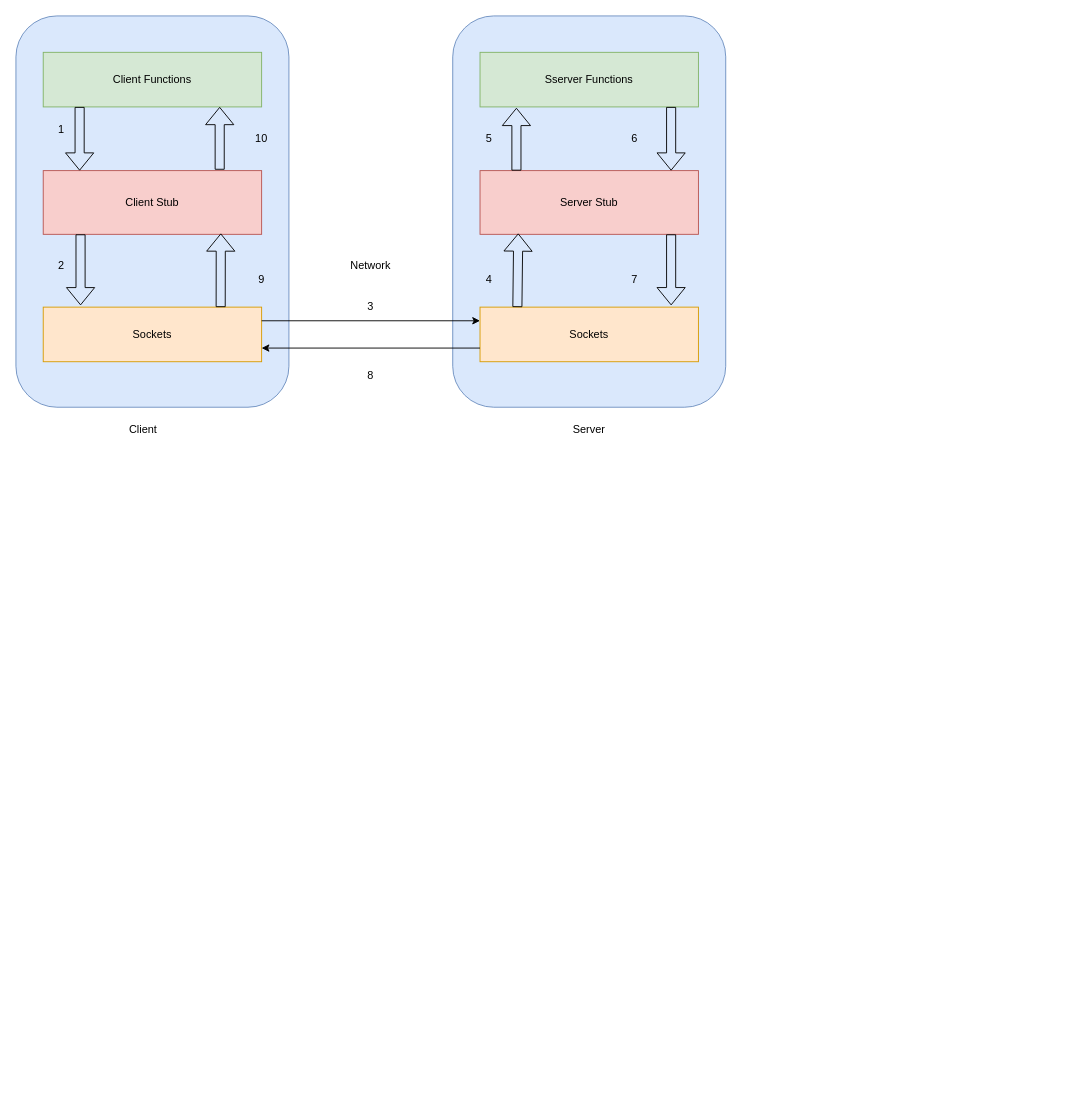
This is RPC.drawio from Poison02/picture-bed, a draw.io file, before an edit. Source tidied: cells renumbered, new cells numbered last; positions are measured from the earlier drawing's top-left corner, leaving out a move shared by most shapes. Both pictures are drawn from the tidied source at 91%, with x=0, y=0 at pixel (15, 15).
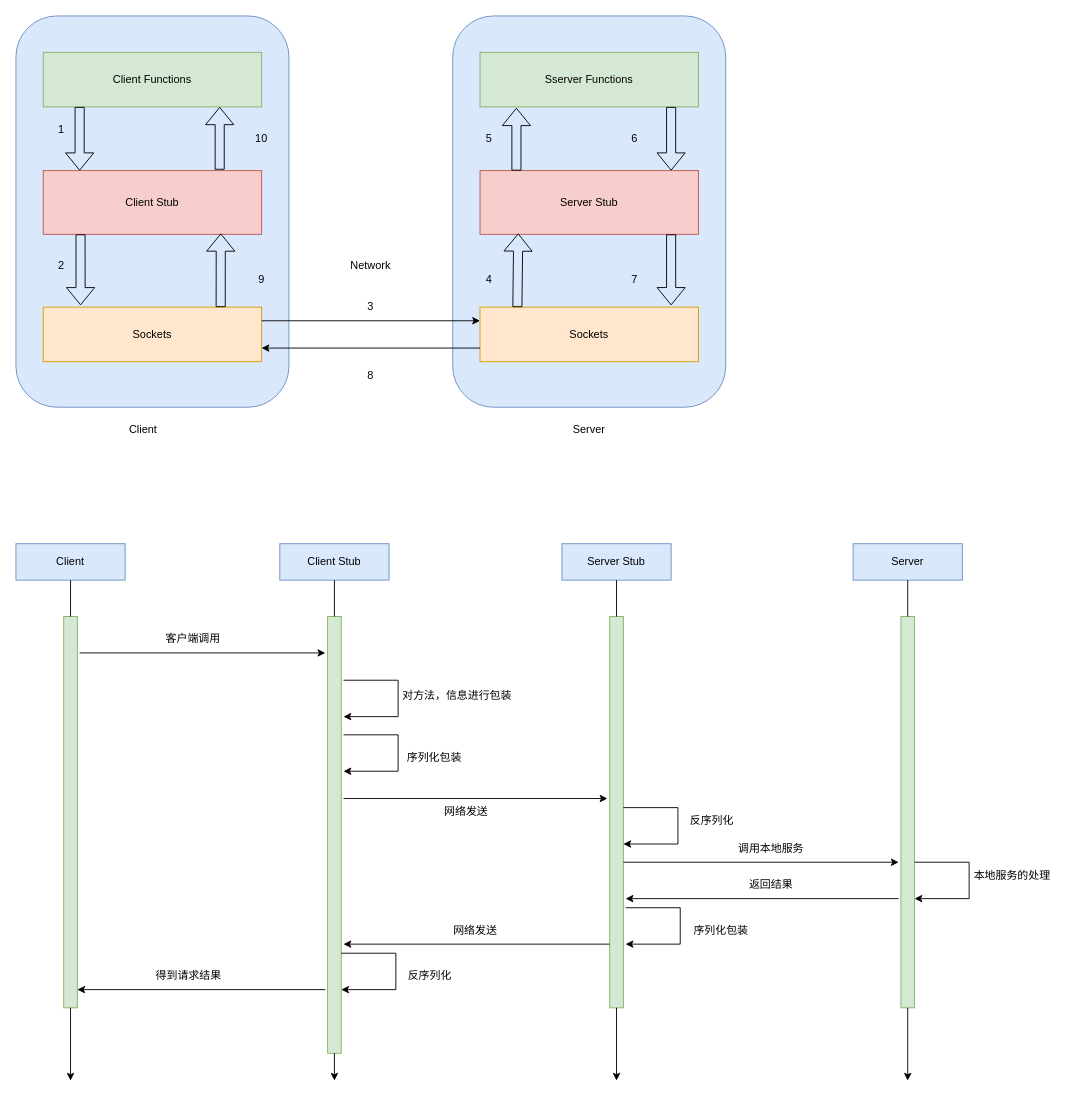
The same diagram, later.

The edit, as a diff of the source:
```diff
@@
+    <mxCell id="39" style="rounded=0;whiteSpace=wrap;html=1;fillColor=#dae8fc;strokeColor=#6c8ebf;" parent="1" vertex="1">
+      <mxGeometry y="580" width="120" height="40" as="geometry" />
+    </mxCell>
+    <mxCell id="40" value="Client" style="text;html=1;strokeColor=none;fillColor=none;align=center;verticalAlign=middle;whiteSpace=wrap;rounded=0;" parent="1" vertex="1">
+      <mxGeometry x="30" y="585" width="60" height="30" as="geometry" />
+    </mxCell>
+    <mxCell id="41" style="rounded=0;whiteSpace=wrap;html=1;fillColor=#dae8fc;strokeColor=#6c8ebf;" parent="1" vertex="1">
+      <mxGeometry x="290" y="580" width="120" height="40" as="geometry" />
+    </mxCell>
+    <mxCell id="42" value="Client Stub" style="text;html=1;strokeColor=none;fillColor=none;align=center;verticalAlign=middle;whiteSpace=wrap;rounded=0;" parent="1" vertex="1">
+      <mxGeometry x="315" y="587.5" width="70" height="25" as="geometry" />
+    </mxCell>
+    <mxCell id="43" style="rounded=0;whiteSpace=wrap;html=1;fillColor=#dae8fc;strokeColor=#6c8ebf;" parent="1" vertex="1">
+      <mxGeometry x="600" y="580" width="120" height="40" as="geometry" />
+    </mxCell>
+    <mxCell id="44" value="Server Stub" style="text;html=1;strokeColor=none;fillColor=none;align=center;verticalAlign=middle;whiteSpace=wrap;rounded=0;" parent="1" vertex="1">
+      <mxGeometry x="625" y="587.5" width="70" height="25" as="geometry" />
+    </mxCell>
+    <mxCell id="45" style="rounded=0;whiteSpace=wrap;html=1;fillColor=#dae8fc;strokeColor=#6c8ebf;" parent="1" vertex="1">
+      <mxGeometry x="920" y="580" width="120" height="40" as="geometry" />
+    </mxCell>
+    <mxCell id="46" value="Server" style="text;html=1;strokeColor=none;fillColor=none;align=center;verticalAlign=middle;whiteSpace=wrap;rounded=0;" parent="1" vertex="1">
+      <mxGeometry x="950" y="585" width="60" height="30" as="geometry" />
+    </mxCell>
+    <mxCell id="47" style="html=1;points=[[0,0,0,0,5],[0,1,0,0,-5],[1,0,0,0,5],[1,1,0,0,-5]];perimeter=orthogonalPerimeter;outlineConnect=0;targetShapes=umlLifeline;portConstraint=eastwest;newEdgeStyle={&quot;curved&quot;:0,&quot;rounded&quot;:0};fillColor=#d5e8d4;strokeColor=#82b366;" parent="1" vertex="1">
+      <mxGeometry x="52.5" y="660" width="15" height="430" as="geometry" />
+    </mxCell>
+    <mxCell id="48" style="html=1;points=[[0,0,0,0,5],[0,1,0,0,-5],[1,0,0,0,5],[1,1,0,0,-5]];perimeter=orthogonalPerimeter;outlineConnect=0;targetShapes=umlLifeline;portConstraint=eastwest;newEdgeStyle={&quot;curved&quot;:0,&quot;rounded&quot;:0};fillColor=#d5e8d4;strokeColor=#82b366;" parent="1" vertex="1">
+      <mxGeometry x="342.5" y="660" width="15" height="480" as="geometry" />
+    </mxCell>
+    <mxCell id="49" style="html=1;points=[[0,0,0,0,5],[0,1,0,0,-5],[1,0,0,0,5],[1,1,0,0,-5]];perimeter=orthogonalPerimeter;outlineConnect=0;targetShapes=umlLifeline;portConstraint=eastwest;newEdgeStyle={&quot;curved&quot;:0,&quot;rounded&quot;:0};fillColor=#d5e8d4;strokeColor=#82b366;" parent="1" vertex="1">
+      <mxGeometry x="652.5" y="660" width="15" height="430" as="geometry" />
+    </mxCell>
+    <mxCell id="50" style="html=1;points=[[0,0,0,0,5],[0,1,0,0,-5],[1,0,0,0,5],[1,1,0,0,-5]];perimeter=orthogonalPerimeter;outlineConnect=0;targetShapes=umlLifeline;portConstraint=eastwest;newEdgeStyle={&quot;curved&quot;:0,&quot;rounded&quot;:0};fillColor=#d5e8d4;strokeColor=#82b366;" parent="1" vertex="1">
+      <mxGeometry x="972.5" y="660" width="15" height="430" as="geometry" />
+    </mxCell>
+    <mxCell id="51" style="endArrow=none;html=1;rounded=0;entryX=0.5;entryY=1;entryDx=0;entryDy=0;" parent="1" edge="1" source="47" target="39">
+      <mxGeometry relative="1" as="geometry" />
+    </mxCell>
+    <mxCell id="52" style="endArrow=classic;html=1;rounded=0;" parent="1" edge="1" source="47">
+      <mxGeometry relative="1" as="geometry">
+        <mxPoint x="60" y="1170" as="targetPoint" />
+      </mxGeometry>
+    </mxCell>
+    <mxCell id="53" style="endArrow=none;html=1;rounded=0;entryX=0.5;entryY=1;entryDx=0;entryDy=0;" parent="1" edge="1" source="48" target="41">
+      <mxGeometry relative="1" as="geometry" />
+    </mxCell>
+    <mxCell id="54" style="endArrow=none;html=1;rounded=0;entryX=0.5;entryY=1;entryDx=0;entryDy=0;" parent="1" edge="1" source="49" target="43">
+      <mxGeometry relative="1" as="geometry" />
+    </mxCell>
+    <mxCell id="55" style="endArrow=none;html=1;rounded=0;entryX=0.5;entryY=1;entryDx=0;entryDy=0;" parent="1" edge="1" source="50" target="45">
+      <mxGeometry relative="1" as="geometry" />
+    </mxCell>
+    <mxCell id="56" style="endArrow=classic;html=1;rounded=0;" parent="1" edge="1" source="48">
+      <mxGeometry relative="1" as="geometry">
+        <mxPoint x="350" y="1170" as="targetPoint" />
+      </mxGeometry>
+    </mxCell>
+    <mxCell id="57" style="endArrow=classic;html=1;rounded=0;" parent="1" edge="1" source="49">
+      <mxGeometry relative="1" as="geometry">
+        <mxPoint x="660" y="1170" as="targetPoint" />
+      </mxGeometry>
+    </mxCell>
+    <mxCell id="58" style="endArrow=classic;html=1;rounded=0;" parent="1" edge="1" source="50">
+      <mxGeometry relative="1" as="geometry">
+        <mxPoint x="980" y="1170" as="targetPoint" />
+      </mxGeometry>
+    </mxCell>
+    <mxCell id="59" style="endArrow=classic;html=1;rounded=0;" parent="1" edge="1">
+      <mxGeometry relative="1" as="geometry">
+        <mxPoint x="70" y="700" as="sourcePoint" />
+        <mxPoint x="340" y="700" as="targetPoint" />
+      </mxGeometry>
+    </mxCell>
+    <mxCell id="60" style="endArrow=classic;html=1;rounded=0;" parent="1" edge="1">
+      <mxGeometry relative="1" as="geometry">
+        <mxPoint x="340" y="1070" as="sourcePoint" />
+        <mxPoint x="67.5" y="1070" as="targetPoint" />
+      </mxGeometry>
+    </mxCell>
+    <mxCell id="61" style="endArrow=classic;html=1;rounded=0;" parent="1" edge="1">
+      <mxGeometry relative="1" as="geometry">
+        <mxPoint x="360" y="730" as="sourcePoint" />
+        <mxPoint x="360" y="770" as="targetPoint" />
+        <Array as="points">
+          <mxPoint x="420" y="730" />
+          <mxPoint x="420" y="770" />
+        </Array>
+      </mxGeometry>
+    </mxCell>
+    <mxCell id="62" style="endArrow=classic;html=1;rounded=0;" parent="1" edge="1">
+      <mxGeometry relative="1" as="geometry">
+        <mxPoint x="360" y="790" as="sourcePoint" />
+        <mxPoint x="360" y="830" as="targetPoint" />
+        <Array as="points">
+          <mxPoint x="420" y="790" />
+          <mxPoint x="420" y="830" />
+        </Array>
+      </mxGeometry>
+    </mxCell>
+    <mxCell id="63" style="endArrow=classic;html=1;rounded=0;" parent="1" edge="1">
+      <mxGeometry relative="1" as="geometry">
+        <mxPoint x="360" y="860" as="sourcePoint" />
+        <mxPoint x="650" y="860" as="targetPoint" />
+      </mxGeometry>
+    </mxCell>
+    <mxCell id="64" style="endArrow=classic;html=1;rounded=0;" parent="1" edge="1">
+      <mxGeometry relative="1" as="geometry">
+        <mxPoint x="667.5" y="870" as="sourcePoint" />
+        <mxPoint x="667.5" y="910" as="targetPoint" />
+        <Array as="points">
+          <mxPoint x="727.5" y="870" />
+          <mxPoint x="727.5" y="910" />
+        </Array>
+      </mxGeometry>
+    </mxCell>
+    <mxCell id="65" style="endArrow=classic;html=1;rounded=0;" parent="1" edge="1">
+      <mxGeometry relative="1" as="geometry">
+        <mxPoint x="667.5" y="930" as="sourcePoint" />
+        <mxPoint x="970" y="930" as="targetPoint" />
+      </mxGeometry>
+    </mxCell>
+    <mxCell id="66" style="endArrow=classic;html=1;rounded=0;" parent="1" edge="1">
+      <mxGeometry relative="1" as="geometry">
+        <mxPoint x="987.5" y="930" as="sourcePoint" />
+        <mxPoint x="987.5" y="970" as="targetPoint" />
+        <Array as="points">
+          <mxPoint x="1047.5" y="930" />
+          <mxPoint x="1047.5" y="970" />
+        </Array>
+      </mxGeometry>
+    </mxCell>
+    <mxCell id="67" style="endArrow=classic;html=1;rounded=0;" parent="1" edge="1">
+      <mxGeometry relative="1" as="geometry">
+        <mxPoint x="970" y="970" as="sourcePoint" />
+        <mxPoint x="670" y="970" as="targetPoint" />
+      </mxGeometry>
+    </mxCell>
+    <mxCell id="68" style="endArrow=classic;html=1;rounded=0;" parent="1" edge="1">
+      <mxGeometry relative="1" as="geometry">
+        <mxPoint x="670" y="980" as="sourcePoint" />
+        <mxPoint x="670" y="1020" as="targetPoint" />
+        <Array as="points">
+          <mxPoint x="730" y="980" />
+          <mxPoint x="730" y="1020" />
+        </Array>
+      </mxGeometry>
+    </mxCell>
+    <mxCell id="69" style="endArrow=classic;html=1;rounded=0;" parent="1" edge="1" source="49">
+      <mxGeometry relative="1" as="geometry">
+        <mxPoint x="360" y="1020" as="targetPoint" />
+      </mxGeometry>
+    </mxCell>
+    <mxCell id="70" style="endArrow=classic;html=1;rounded=0;" parent="1" edge="1">
+      <mxGeometry relative="1" as="geometry">
+        <mxPoint x="357.5" y="1030" as="sourcePoint" />
+        <mxPoint x="357.5" y="1070" as="targetPoint" />
+        <Array as="points">
+          <mxPoint x="417.5" y="1030" />
+          <mxPoint x="417.5" y="1070" />
+        </Array>
+      </mxGeometry>
+    </mxCell>
+    <mxCell id="71" value="客户端调用" style="text;html=1;strokeColor=none;fillColor=none;align=center;verticalAlign=middle;whiteSpace=wrap;rounded=0;" parent="1" vertex="1">
+      <mxGeometry x="160" y="670" width="70" height="30" as="geometry" />
+    </mxCell>
+    <mxCell id="72" value="对方法，信息进行包装" style="text;html=1;strokeColor=none;fillColor=none;align=center;verticalAlign=middle;whiteSpace=wrap;rounded=0;" parent="1" vertex="1">
+      <mxGeometry x="420" y="737" width="130" height="20" as="geometry" />
+    </mxCell>
+    <mxCell id="73" value="序列化包装" style="text;html=1;strokeColor=none;fillColor=none;align=center;verticalAlign=middle;whiteSpace=wrap;rounded=0;" parent="1" vertex="1">
+      <mxGeometry x="425" y="800" width="70" height="30" as="geometry" />
+    </mxCell>
+    <mxCell id="74" value="网络发送" style="text;html=1;strokeColor=none;fillColor=none;align=center;verticalAlign=middle;whiteSpace=wrap;rounded=0;" parent="1" vertex="1">
+      <mxGeometry x="460" y="860" width="70" height="30" as="geometry" />
+    </mxCell>
+    <mxCell id="75" value="网络发送" style="text;html=1;strokeColor=none;fillColor=none;align=center;verticalAlign=middle;whiteSpace=wrap;rounded=0;" parent="1" vertex="1">
+      <mxGeometry x="470" y="990" width="70" height="30" as="geometry" />
+    </mxCell>
+    <mxCell id="76" value="反序列化" style="text;html=1;strokeColor=none;fillColor=none;align=center;verticalAlign=middle;whiteSpace=wrap;rounded=0;" parent="1" vertex="1">
+      <mxGeometry x="420" y="1040" width="70" height="30" as="geometry" />
+    </mxCell>
+    <mxCell id="77" value="得到请求结果" style="text;html=1;strokeColor=none;fillColor=none;align=center;verticalAlign=middle;whiteSpace=wrap;rounded=0;" parent="1" vertex="1">
+      <mxGeometry x="150" y="1040" width="80" height="30" as="geometry" />
+    </mxCell>
+    <mxCell id="78" value="反序列化" style="text;html=1;strokeColor=none;fillColor=none;align=center;verticalAlign=middle;whiteSpace=wrap;rounded=0;" parent="1" vertex="1">
+      <mxGeometry x="730" y="870" width="70" height="30" as="geometry" />
+    </mxCell>
+    <mxCell id="79" value="序列化包装" style="text;html=1;strokeColor=none;fillColor=none;align=center;verticalAlign=middle;whiteSpace=wrap;rounded=0;" parent="1" vertex="1">
+      <mxGeometry x="740" y="990" width="70" height="30" as="geometry" />
+    </mxCell>
+    <mxCell id="80" value="调用本地服务" style="text;html=1;strokeColor=none;fillColor=none;align=center;verticalAlign=middle;whiteSpace=wrap;rounded=0;" parent="1" vertex="1">
+      <mxGeometry x="790" y="900" width="80" height="30" as="geometry" />
+    </mxCell>
+    <mxCell id="81" value="本地服务的处理" style="text;html=1;strokeColor=none;fillColor=none;align=center;verticalAlign=middle;whiteSpace=wrap;rounded=0;" parent="1" vertex="1">
+      <mxGeometry x="1050" y="930" width="90" height="30" as="geometry" />
+    </mxCell>
+    <mxCell id="82" value="返回结果" style="text;html=1;strokeColor=none;fillColor=none;align=center;verticalAlign=middle;whiteSpace=wrap;rounded=0;" parent="1" vertex="1">
+      <mxGeometry x="795" y="940" width="70" height="30" as="geometry" />
+    </mxCell>
```
